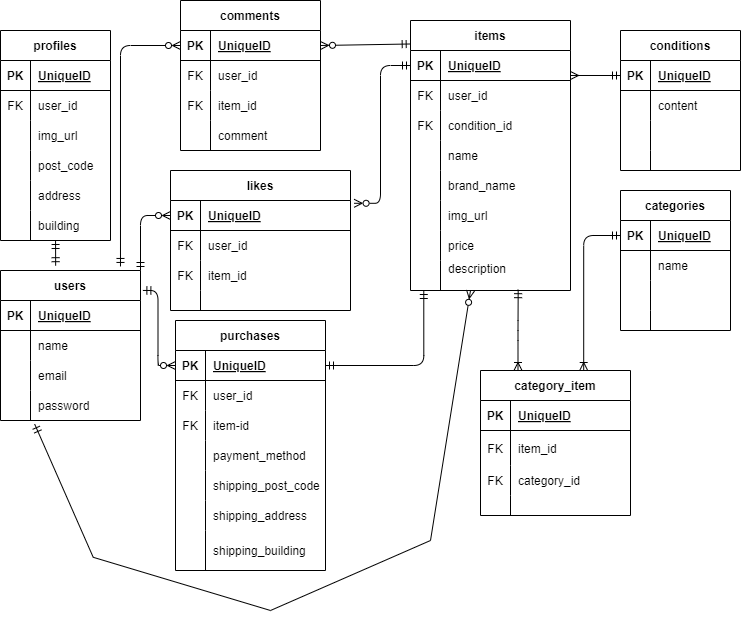
Before: erd.png, a diagram exported from draw.io (yuriko52-star/market-app1). Source tidied: cells renumbered, new cells last; positions are measured from the earlier drawing's top-left corner, leaving out a move shared by most shapes.
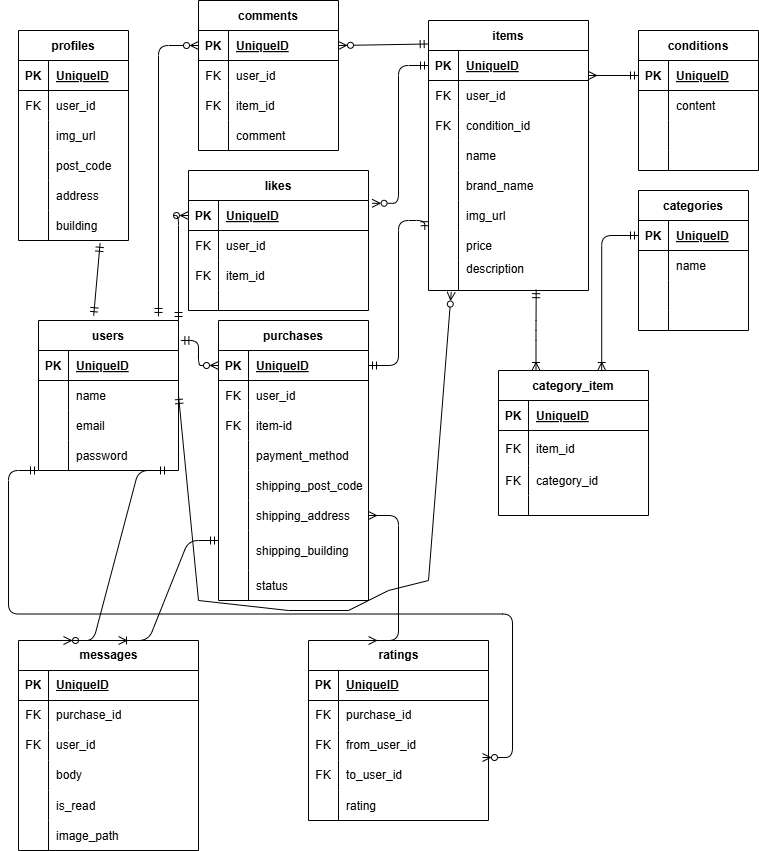
The same file after the commit.

Commit message:
ER図の修正とユーザーデーター作成

Change to the diagram source:
```diff
@@ -60,7 +60,7 @@
       <mxGeometry x="30" width="80" height="30" as="geometry" />
     </mxCell>
     <mxCell id="21" value="users" style="shape=table;startSize=30;rowLines=0;fontStyle=1;align=center;" parent="1" vertex="1">
-      <mxGeometry y="270" width="140" height="150" as="geometry" />
+      <mxGeometry x="20" y="320" width="140" height="150" as="geometry" />
     </mxCell>
     <mxCell id="22" style="shape=tableRow;horizontal=0;startSize=0;swimlaneHead=0;swimlaneBody=0;fillColor=none;top=0;left=0;right=0;bottom=1;" parent="21" vertex="1">
       <mxGeometry y="30" width="140" height="30" as="geometry" />
@@ -98,14 +98,8 @@
     <mxCell id="33" value="password" style="shape=partialRectangle;fillColor=none;top=0;left=0;bottom=0;right=0;align=left;spacingLeft=6;overflow=hidden;" parent="31" vertex="1">
       <mxGeometry x="30" width="110" height="30" as="geometry" />
     </mxCell>
-    <mxCell id="34" style="edgeStyle=none;html=1;exitX=1;exitY=0.5;exitDx=0;exitDy=0;" parent="1" edge="1">
-      <mxGeometry relative="1" as="geometry">
-        <mxPoint x="180" y="345" as="sourcePoint" />
-        <mxPoint x="190" y="345" as="targetPoint" />
-      </mxGeometry>
-    </mxCell>
     <mxCell id="35" value="purchases" style="shape=table;startSize=30;rowLines=0;fontStyle=1;align=center;" parent="1" vertex="1">
-      <mxGeometry x="175" y="320" width="150" height="250" as="geometry" />
+      <mxGeometry x="200" y="320" width="150" height="280" as="geometry" />
     </mxCell>
     <mxCell id="36" style="shape=tableRow;horizontal=0;startSize=0;swimlaneHead=0;swimlaneBody=0;fillColor=none;points=[[0,0.5],[1,0.5]];portConstraint=eastwest;top=0;left=0;right=0;bottom=1;" parent="35" vertex="1">
       <mxGeometry y="30" width="150" height="30" as="geometry" />
@@ -170,6 +164,15 @@
     <mxCell id="56" value="shipping_building" style="shape=partialRectangle;fillColor=none;top=0;left=0;bottom=0;right=0;align=left;spacingLeft=6;overflow=hidden;" parent="54" vertex="1">
       <mxGeometry x="30" width="120" height="40" as="geometry" />
     </mxCell>
+    <mxCell id="158" style="shape=tableRow;horizontal=0;startSize=0;swimlaneHead=0;swimlaneBody=0;fillColor=none;top=0;left=0;right=0;bottom=0;" parent="35" vertex="1">
+      <mxGeometry y="250" width="150" height="30" as="geometry" />
+    </mxCell>
+    <mxCell id="159" style="shape=partialRectangle;fillColor=none;top=0;left=0;bottom=0;right=0;overflow=hidden;" parent="158" vertex="1">
+      <mxGeometry width="30" height="30" as="geometry" />
+    </mxCell>
+    <mxCell id="160" value="status" style="shape=partialRectangle;fillColor=none;top=0;left=0;bottom=0;right=0;align=left;spacingLeft=6;overflow=hidden;" parent="158" vertex="1">
+      <mxGeometry x="30" width="120" height="30" as="geometry" />
+    </mxCell>
     <mxCell id="57" value="comments" style="shape=table;startSize=30;rowLines=0;fontStyle=1;align=center;" parent="1" vertex="1">
       <mxGeometry x="180" width="140" height="150" as="geometry" />
     </mxCell>
@@ -443,10 +446,10 @@
     <mxCell id="147" style="shape=partialRectangle;fillColor=none;top=0;left=0;bottom=0;right=0;align=left;spacingLeft=6;overflow=hidden;" parent="145" vertex="1">
       <mxGeometry x="30" width="120" height="20" as="geometry" />
     </mxCell>
-    <mxCell id="148" style="endArrow=ERmandOne;html=1;rounded=0;exitX=0.394;exitY=-0.032;exitDx=0;exitDy=0;exitPerimeter=0;endFill=0;startArrow=ERmandOne;startFill=0;" parent="1" edge="1" source="21" target="18">
+    <mxCell id="148" style="endArrow=ERmandOne;html=1;rounded=0;exitX=0.394;exitY=-0.032;exitDx=0;exitDy=0;exitPerimeter=0;endFill=0;startArrow=ERmandOne;startFill=0;entryX=0.742;entryY=1.093;entryDx=0;entryDy=0;entryPerimeter=0;" parent="1" edge="1" source="21" target="18">
       <mxGeometry relative="1" as="geometry" />
     </mxCell>
-    <mxCell id="149" style="edgeStyle=orthogonalEdgeStyle;html=1;exitX=1;exitY=0.5;exitDx=0;exitDy=0;entryX=0.083;entryY=1;entryDx=0;entryDy=0;entryPerimeter=0;startArrow=ERmandOne;startFill=0;endArrow=ERmandOne;endFill=0;" parent="1" edge="1" source="36" target="105">
+    <mxCell id="149" style="edgeStyle=orthogonalEdgeStyle;html=1;exitX=1;exitY=0.5;exitDx=0;exitDy=0;entryX=-0.023;entryY=-0.027;entryDx=0;entryDy=0;entryPerimeter=0;startArrow=ERmandOne;startFill=0;endArrow=ERmandOne;endFill=0;" parent="1" edge="1" source="36" target="102">
       <mxGeometry relative="1" as="geometry" />
     </mxCell>
     <mxCell id="150" style="edgeStyle=orthogonalEdgeStyle;html=1;exitX=0;exitY=0.5;exitDx=0;exitDy=0;entryX=0.857;entryY=-0.027;entryDx=0;entryDy=0;entryPerimeter=0;startArrow=ERzeroToMany;startFill=0;endArrow=ERmandOne;endFill=0;" parent="1" edge="1" source="58" target="21">
@@ -470,14 +473,150 @@
     <mxCell id="156" style="edgeStyle=orthogonalEdgeStyle;html=1;exitX=0;exitY=0.5;exitDx=0;exitDy=0;entryX=0.688;entryY=0;entryDx=0;entryDy=0;entryPerimeter=0;startArrow=ERmandOne;startFill=0;endArrow=ERoneToMany;endFill=0;" parent="1" edge="1" source="122" target="135">
       <mxGeometry relative="1" as="geometry" />
     </mxCell>
-    <mxCell id="157" style="endArrow=ERzeroToMany;html=1;rounded=0;entryX=0.375;entryY=1;entryDx=0;entryDy=0;entryPerimeter=0;exitX=0.244;exitY=1.12;exitDx=0;exitDy=0;exitPerimeter=0;startArrow=ERmandOne;startFill=0;endFill=0;" parent="1" edge="1" source="31" target="105">
+    <mxCell id="157" style="endArrow=ERzeroToMany;html=1;rounded=0;startArrow=ERmandOne;startFill=0;endFill=0;entryX=0.142;entryY=1.053;entryDx=0;entryDy=0;entryPerimeter=0;exitX=1;exitY=0.5;exitDx=0;exitDy=0;" parent="1" edge="1" source="25" target="105">
       <mxGeometry relative="1" as="geometry">
         <Array as="points">
-          <mxPoint x="92.7" y="556.8" />
+          <mxPoint x="180" y="600" />
           <mxPoint x="270" y="610" />
-          <mxPoint x="430" y="540" />
+          <mxPoint x="330" y="610" />
+          <mxPoint x="370" y="590" />
+          <mxPoint x="410" y="580" />
         </Array>
       </mxGeometry>
     </mxCell>
+    <mxCell id="161" value="ratings" style="shape=table;startSize=30;rowLines=0;fontStyle=1;align=center;html=1;" parent="1" vertex="1">
+      <mxGeometry x="290" y="640" width="180" height="180" as="geometry" />
+    </mxCell>
+    <mxCell id="162" style="shape=tableRow;horizontal=0;startSize=0;swimlaneHead=0;swimlaneBody=0;fillColor=none;top=0;left=0;right=0;bottom=1;" parent="161" vertex="1">
+      <mxGeometry y="30" width="180" height="30" as="geometry" />
+    </mxCell>
+    <mxCell id="163" value="PK" style="shape=partialRectangle;fillColor=none;top=0;left=0;bottom=0;right=0;fontStyle=1;overflow=hidden;whiteSpace=wrap;html=1;" parent="162" vertex="1">
+      <mxGeometry width="30" height="30" as="geometry" />
+    </mxCell>
+    <mxCell id="164" value="UniqueID" style="shape=partialRectangle;fillColor=none;top=0;left=0;bottom=0;right=0;align=left;spacingLeft=6;fontStyle=5;overflow=hidden;whiteSpace=wrap;html=1;" parent="162" vertex="1">
+      <mxGeometry x="30" width="150" height="30" as="geometry" />
+    </mxCell>
+    <mxCell id="165" style="shape=tableRow;horizontal=0;startSize=0;swimlaneHead=0;swimlaneBody=0;fillColor=none;top=0;left=0;right=0;bottom=0;" parent="161" vertex="1">
+      <mxGeometry y="60" width="180" height="30" as="geometry" />
+    </mxCell>
+    <mxCell id="166" value="FK" style="shape=partialRectangle;fillColor=none;top=0;left=0;bottom=0;right=0;overflow=hidden;whiteSpace=wrap;html=1;" parent="165" vertex="1">
+      <mxGeometry width="30" height="30" as="geometry" />
+    </mxCell>
+    <mxCell id="167" value="purchase_id" style="shape=partialRectangle;fillColor=none;top=0;left=0;bottom=0;right=0;align=left;spacingLeft=6;overflow=hidden;whiteSpace=wrap;html=1;" parent="165" vertex="1">
+      <mxGeometry x="30" width="150" height="30" as="geometry" />
+    </mxCell>
+    <mxCell id="168" style="shape=tableRow;horizontal=0;startSize=0;swimlaneHead=0;swimlaneBody=0;fillColor=none;top=0;left=0;right=0;bottom=0;" parent="161" vertex="1">
+      <mxGeometry y="90" width="180" height="30" as="geometry" />
+    </mxCell>
+    <mxCell id="169" value="FK" style="shape=partialRectangle;fillColor=none;top=0;left=0;bottom=0;right=0;overflow=hidden;whiteSpace=wrap;html=1;" parent="168" vertex="1">
+      <mxGeometry width="30" height="30" as="geometry" />
+    </mxCell>
+    <mxCell id="170" value="from_user_id" style="shape=partialRectangle;fillColor=none;top=0;left=0;bottom=0;right=0;align=left;spacingLeft=6;overflow=hidden;whiteSpace=wrap;html=1;" parent="168" vertex="1">
+      <mxGeometry x="30" width="150" height="30" as="geometry" />
+    </mxCell>
+    <mxCell id="171" style="shape=tableRow;horizontal=0;startSize=0;swimlaneHead=0;swimlaneBody=0;fillColor=none;top=0;left=0;right=0;bottom=0;" parent="161" vertex="1">
+      <mxGeometry y="120" width="180" height="30" as="geometry" />
+    </mxCell>
+    <mxCell id="172" value="FK" style="shape=partialRectangle;fillColor=none;top=0;left=0;bottom=0;right=0;overflow=hidden;whiteSpace=wrap;html=1;" parent="171" vertex="1">
+      <mxGeometry width="30" height="30" as="geometry" />
+    </mxCell>
+    <mxCell id="173" value="to_user_id" style="shape=partialRectangle;fillColor=none;top=0;left=0;bottom=0;right=0;align=left;spacingLeft=6;overflow=hidden;whiteSpace=wrap;html=1;" parent="171" vertex="1">
+      <mxGeometry x="30" width="150" height="30" as="geometry" />
+    </mxCell>
+    <mxCell id="174" style="shape=tableRow;horizontal=0;startSize=0;swimlaneHead=0;swimlaneBody=0;fillColor=none;top=0;left=0;right=0;bottom=0;" parent="161" vertex="1">
+      <mxGeometry y="150" width="180" height="30" as="geometry" />
+    </mxCell>
+    <mxCell id="175" style="shape=partialRectangle;fillColor=none;top=0;left=0;bottom=0;right=0;overflow=hidden;" parent="174" vertex="1">
+      <mxGeometry width="30" height="30" as="geometry" />
+    </mxCell>
+    <mxCell id="176" value="rating" style="shape=partialRectangle;fillColor=none;top=0;left=0;bottom=0;right=0;align=left;spacingLeft=6;overflow=hidden;" parent="174" vertex="1">
+      <mxGeometry x="30" width="150" height="30" as="geometry" />
+    </mxCell>
+    <mxCell id="177" value="messages" style="shape=table;startSize=30;rowLines=0;fontStyle=1;align=center;html=1;" parent="1" vertex="1">
+      <mxGeometry y="640" width="180" height="210" as="geometry" />
+    </mxCell>
+    <mxCell id="178" style="shape=tableRow;horizontal=0;startSize=0;swimlaneHead=0;swimlaneBody=0;fillColor=none;top=0;left=0;right=0;bottom=1;" parent="177" vertex="1">
+      <mxGeometry y="30" width="180" height="30" as="geometry" />
+    </mxCell>
+    <mxCell id="179" value="PK" style="shape=partialRectangle;fillColor=none;top=0;left=0;bottom=0;right=0;fontStyle=1;overflow=hidden;whiteSpace=wrap;html=1;" parent="178" vertex="1">
+      <mxGeometry width="30" height="30" as="geometry" />
+    </mxCell>
+    <mxCell id="180" value="UniqueID" style="shape=partialRectangle;fillColor=none;top=0;left=0;bottom=0;right=0;align=left;spacingLeft=6;fontStyle=5;overflow=hidden;whiteSpace=wrap;html=1;" parent="178" vertex="1">
+      <mxGeometry x="30" width="150" height="30" as="geometry" />
+    </mxCell>
+    <mxCell id="181" style="shape=tableRow;horizontal=0;startSize=0;swimlaneHead=0;swimlaneBody=0;fillColor=none;top=0;left=0;right=0;bottom=0;" parent="177" vertex="1">
+      <mxGeometry y="60" width="180" height="30" as="geometry" />
+    </mxCell>
+    <mxCell id="182" value="FK" style="shape=partialRectangle;fillColor=none;top=0;left=0;bottom=0;right=0;overflow=hidden;whiteSpace=wrap;html=1;" parent="181" vertex="1">
+      <mxGeometry width="30" height="30" as="geometry" />
+    </mxCell>
+    <mxCell id="183" value="purchase_id" style="shape=partialRectangle;fillColor=none;top=0;left=0;bottom=0;right=0;align=left;spacingLeft=6;overflow=hidden;whiteSpace=wrap;html=1;" parent="181" vertex="1">
+      <mxGeometry x="30" width="150" height="30" as="geometry" />
+    </mxCell>
+    <mxCell id="184" style="shape=tableRow;horizontal=0;startSize=0;swimlaneHead=0;swimlaneBody=0;fillColor=none;top=0;left=0;right=0;bottom=0;" parent="177" vertex="1">
+      <mxGeometry y="90" width="180" height="30" as="geometry" />
+    </mxCell>
+    <mxCell id="185" value="FK" style="shape=partialRectangle;fillColor=none;top=0;left=0;bottom=0;right=0;overflow=hidden;whiteSpace=wrap;html=1;" parent="184" vertex="1">
+      <mxGeometry width="30" height="30" as="geometry" />
+    </mxCell>
+    <mxCell id="186" value="user_id" style="shape=partialRectangle;fillColor=none;top=0;left=0;bottom=0;right=0;align=left;spacingLeft=6;overflow=hidden;whiteSpace=wrap;html=1;" parent="184" vertex="1">
+      <mxGeometry x="30" width="150" height="30" as="geometry" />
+    </mxCell>
+    <mxCell id="187" style="shape=tableRow;horizontal=0;startSize=0;swimlaneHead=0;swimlaneBody=0;fillColor=none;top=0;left=0;right=0;bottom=0;" parent="177" vertex="1">
+      <mxGeometry y="120" width="180" height="30" as="geometry" />
+    </mxCell>
+    <mxCell id="188" style="shape=partialRectangle;fillColor=none;top=0;left=0;bottom=0;right=0;overflow=hidden;whiteSpace=wrap;html=1;" parent="187" vertex="1">
+      <mxGeometry width="30" height="30" as="geometry" />
+    </mxCell>
+    <mxCell id="189" value="body" style="shape=partialRectangle;fillColor=none;top=0;left=0;bottom=0;right=0;align=left;spacingLeft=6;overflow=hidden;whiteSpace=wrap;html=1;" parent="187" vertex="1">
+      <mxGeometry x="30" width="150" height="30" as="geometry" />
+    </mxCell>
+    <mxCell id="190" style="shape=tableRow;horizontal=0;startSize=0;swimlaneHead=0;swimlaneBody=0;fillColor=none;top=0;left=0;right=0;bottom=0;" parent="177" vertex="1">
+      <mxGeometry y="150" width="180" height="30" as="geometry" />
+    </mxCell>
+    <mxCell id="191" style="shape=partialRectangle;fillColor=none;top=0;left=0;bottom=0;right=0;overflow=hidden;" parent="190" vertex="1">
+      <mxGeometry width="30" height="30" as="geometry" />
+    </mxCell>
+    <mxCell id="192" value="is_read" style="shape=partialRectangle;fillColor=none;top=0;left=0;bottom=0;right=0;align=left;spacingLeft=6;overflow=hidden;" parent="190" vertex="1">
+      <mxGeometry x="30" width="150" height="30" as="geometry" />
+    </mxCell>
+    <mxCell id="193" style="shape=tableRow;horizontal=0;startSize=0;swimlaneHead=0;swimlaneBody=0;fillColor=none;top=0;left=0;right=0;bottom=0;" parent="177" vertex="1">
+      <mxGeometry y="180" width="180" height="30" as="geometry" />
+    </mxCell>
+    <mxCell id="194" style="shape=partialRectangle;fillColor=none;top=0;left=0;bottom=0;right=0;overflow=hidden;" parent="193" vertex="1">
+      <mxGeometry width="30" height="30" as="geometry" />
+    </mxCell>
+    <mxCell id="195" value="image_path" style="shape=partialRectangle;fillColor=none;top=0;left=0;bottom=0;right=0;align=left;spacingLeft=6;overflow=hidden;" parent="193" vertex="1">
+      <mxGeometry x="30" width="150" height="30" as="geometry" />
+    </mxCell>
+    <mxCell id="196" style="edgeStyle=entityRelationEdgeStyle;fontSize=12;html=1;endArrow=ERmandOne;startArrow=ERoneToMany;startFill=0;" parent="1" edge="1">
+      <mxGeometry relative="1" as="geometry">
+        <mxPoint x="100" y="640" as="sourcePoint" />
+        <mxPoint x="200" y="540" as="targetPoint" />
+      </mxGeometry>
+    </mxCell>
+    <mxCell id="197" style="edgeStyle=entityRelationEdgeStyle;fontSize=12;html=1;endArrow=ERmandOne;exitX=0.25;exitY=0;exitDx=0;exitDy=0;endFill=0;startArrow=ERzeroToMany;startFill=0;" parent="1" edge="1" source="177">
+      <mxGeometry relative="1" as="geometry">
+        <mxPoint x="150" y="470" as="targetPoint" />
+      </mxGeometry>
+    </mxCell>
+    <mxCell id="198" style="edgeStyle=entityRelationEdgeStyle;fontSize=12;html=1;endArrow=ERmandOne;endFill=0;startArrow=ERzeroToMany;startFill=0;" parent="1" edge="1">
+      <mxGeometry relative="1" as="geometry">
+        <mxPoint x="464" y="757" as="sourcePoint" />
+        <mxPoint x="20" y="470" as="targetPoint" />
+        <Array as="points">
+          <mxPoint x="40" y="470" />
+          <mxPoint x="280" y="640" />
+        </Array>
+      </mxGeometry>
+    </mxCell>
+    <mxCell id="199" style="edgeStyle=entityRelationEdgeStyle;fontSize=12;html=1;endArrow=ERmany;endFill=0;entryX=1;entryY=0.5;entryDx=0;entryDy=0;startArrow=ERmany;startFill=0;" parent="1" edge="1" target="51">
+      <mxGeometry relative="1" as="geometry">
+        <mxPoint x="350" y="640" as="sourcePoint" />
+        <Array as="points">
+          <mxPoint x="420" y="510" />
+        </Array>
+      </mxGeometry>
+    </mxCell>
   </root>
 </mxGraphModel>
```
